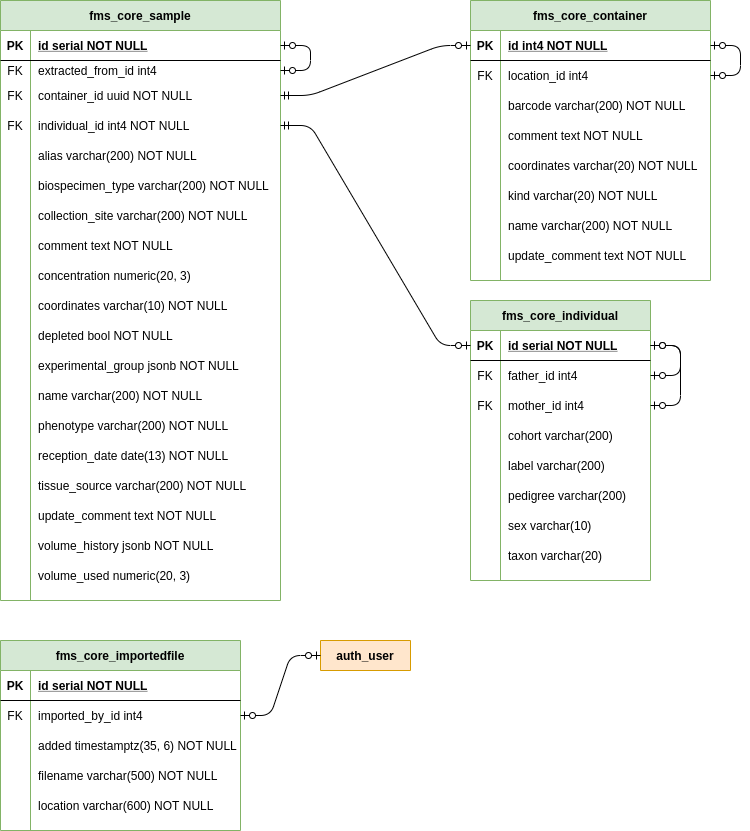
Above: docs/fms_database_diagram.png in c3g/freezeman (draw.io), before the change. Source tidied: cells renumbered, new cells last; positions are measured from the earlier drawing's top-left corner, leaving out a move shared by most shapes.
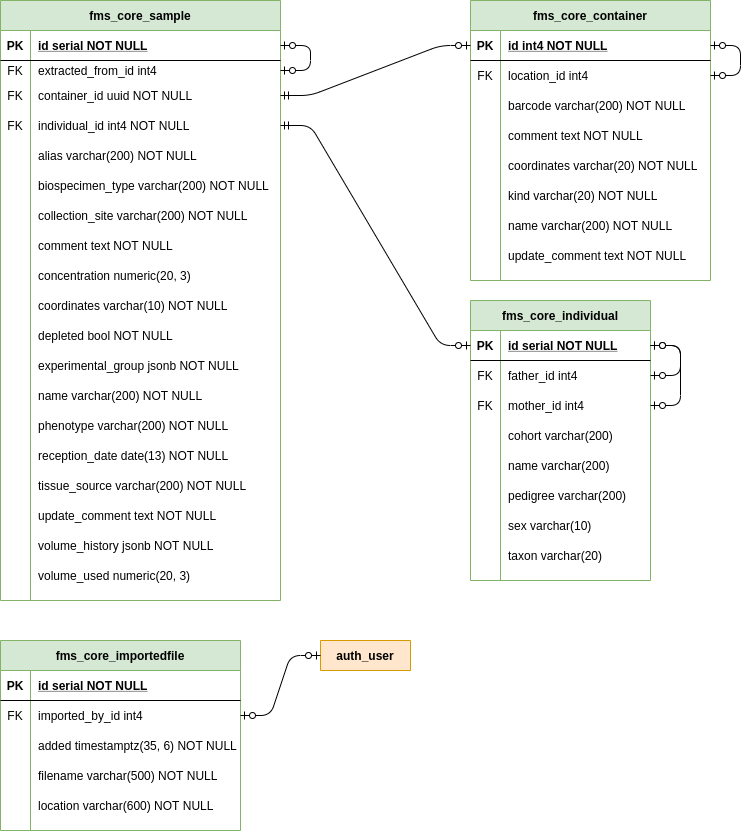
Later version of the same file.

What changed in the source:
```diff
@@ -224,7 +224,7 @@
     <mxCell id="75" style="shape=partialRectangle;fillColor=none;top=0;left=0;bottom=0;right=0;overflow=hidden;" parent="74" vertex="1">
       <mxGeometry width="30" height="30" as="geometry" />
     </mxCell>
-    <mxCell id="76" value="label varchar(200)" style="shape=partialRectangle;fillColor=none;top=0;left=0;bottom=0;right=0;align=left;spacingLeft=6;overflow=hidden;" parent="74" vertex="1">
+    <mxCell id="76" value="name varchar(200)" style="shape=partialRectangle;fillColor=none;top=0;left=0;bottom=0;right=0;align=left;spacingLeft=6;overflow=hidden;" parent="74" vertex="1">
       <mxGeometry x="30" width="150" height="30" as="geometry" />
     </mxCell>
     <mxCell id="77" style="shape=partialRectangle;fillColor=none;top=0;left=0;bottom=0;right=0;" parent="61" vertex="1">
```
